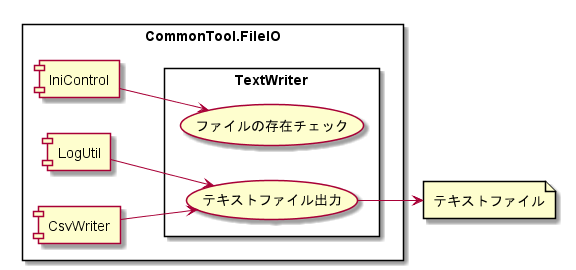
Above: doc/03_SubSystem別/CommonTool.FileIO/01_機能詳細/コンポーネント図_TextWriter.png in hirorich/CommonTool (PlantUML), before the change.
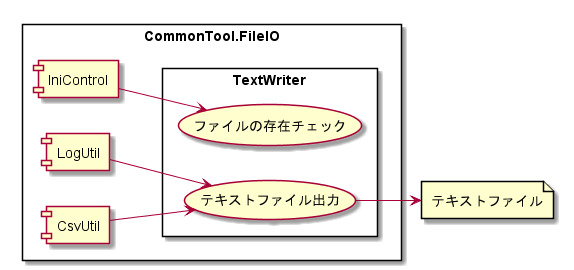
After the change.

Change to the diagram source:
```diff
@@ -7,7 +7,7 @@
 rectangle CommonTool.FileIO {
   component IniControl
   component LogUtil
-  component CsvWriter
+  component CsvUtil
   rectangle TextWriter {
     (ファイルの存在チェック)
     (テキストファイル出力)
@@ -15,7 +15,7 @@
 
   IniControl --> (ファイルの存在チェック)
   LogUtil --> (テキストファイル出力)
-  CsvWriter --> (テキストファイル出力)
+  CsvUtil --> (テキストファイル出力)
   (テキストファイル出力) --> TextFile
 }
 
```
